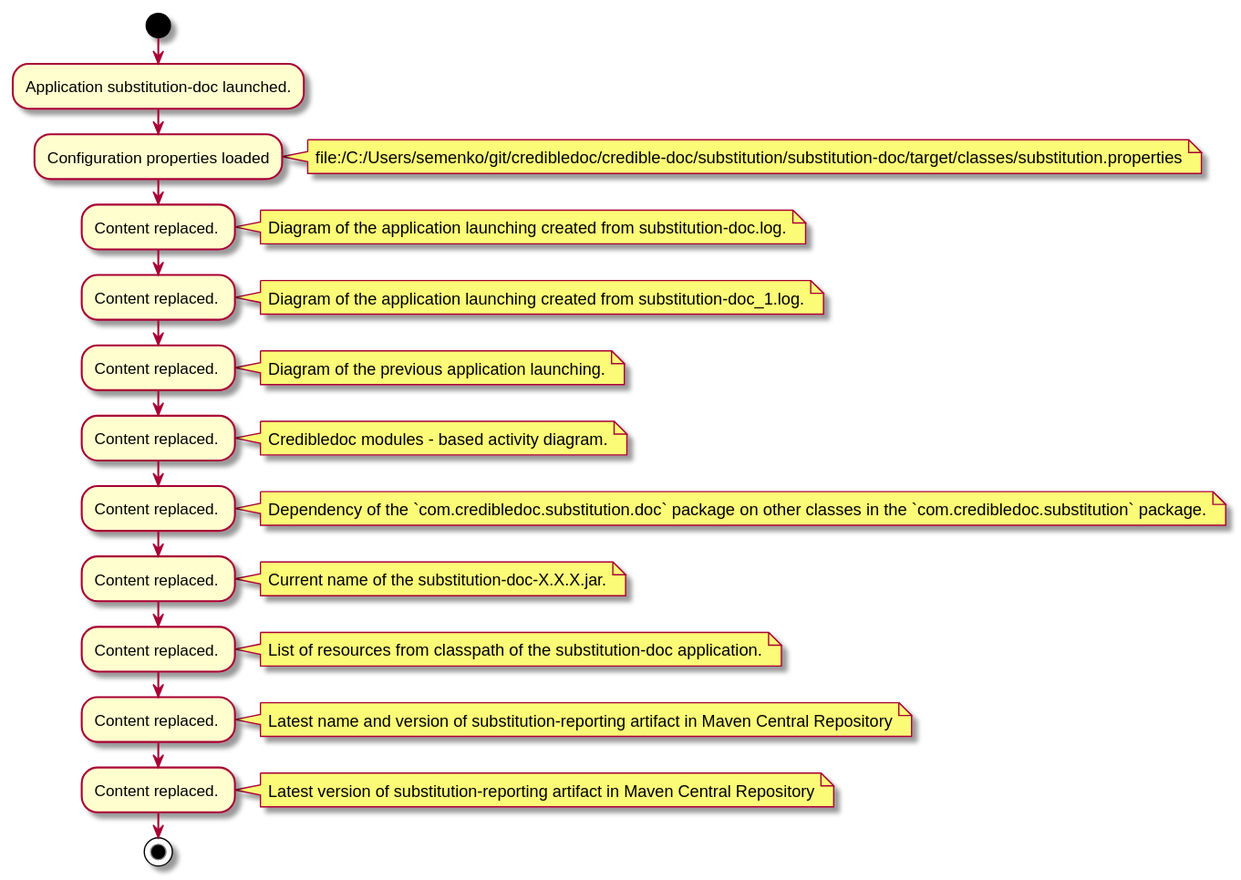
Before: substitution/substitution-doc/doc/img/diagrams.md_2.svg, a diagram exported from PlantUML (credibledoc/credible-doc).
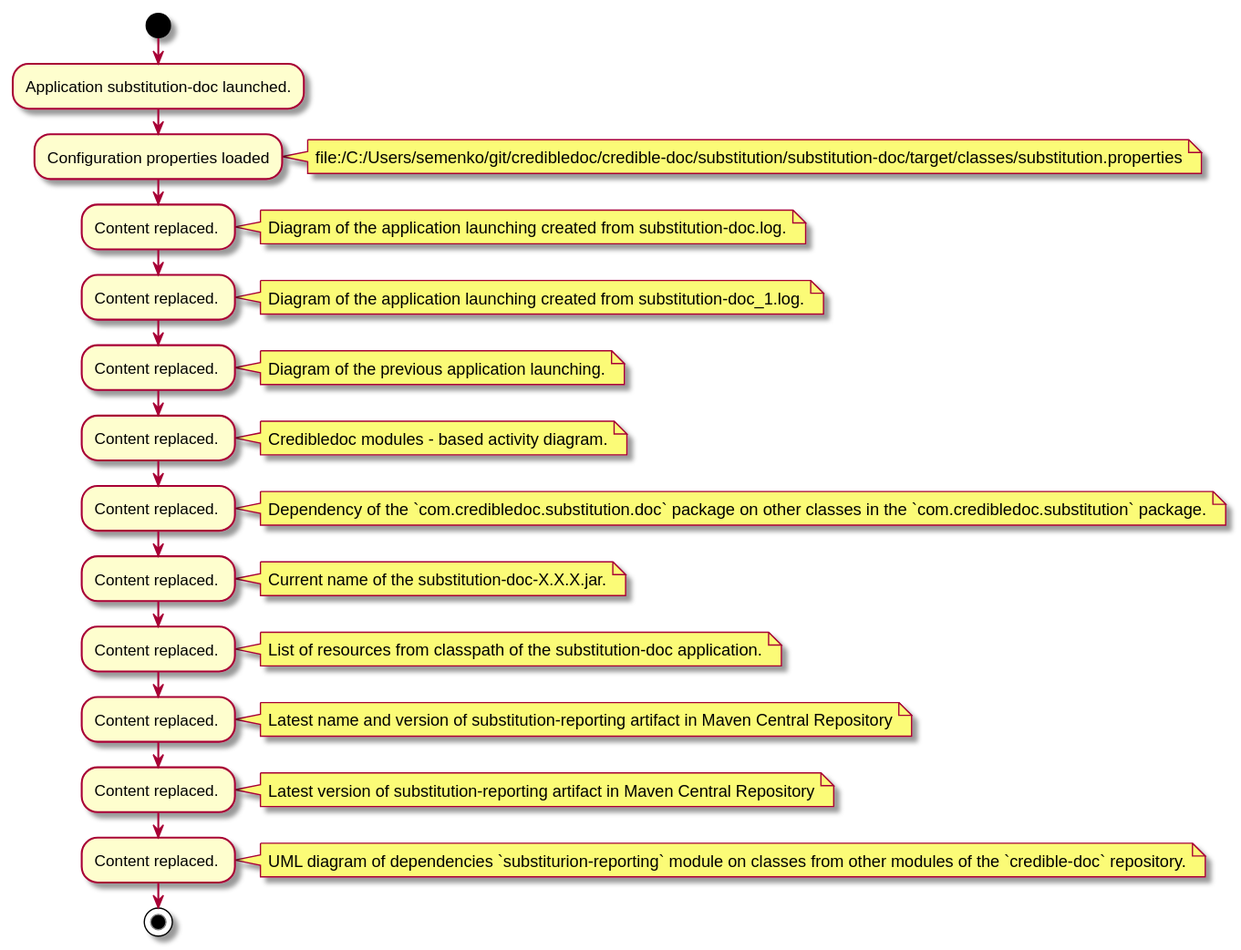
The same file after the commit.

What changed in the source:
```diff
@@ -52,6 +52,11 @@
 Latest version of substitution-reporting artifact in Maven Central Repository
 end note
 
+:Content replaced. ;
+note right
+UML diagram of dependencies `substiturion-reporting` module on classes from other modules of the `credible-doc` repository.
+end note
+
 stop
 
 @enduml
```
